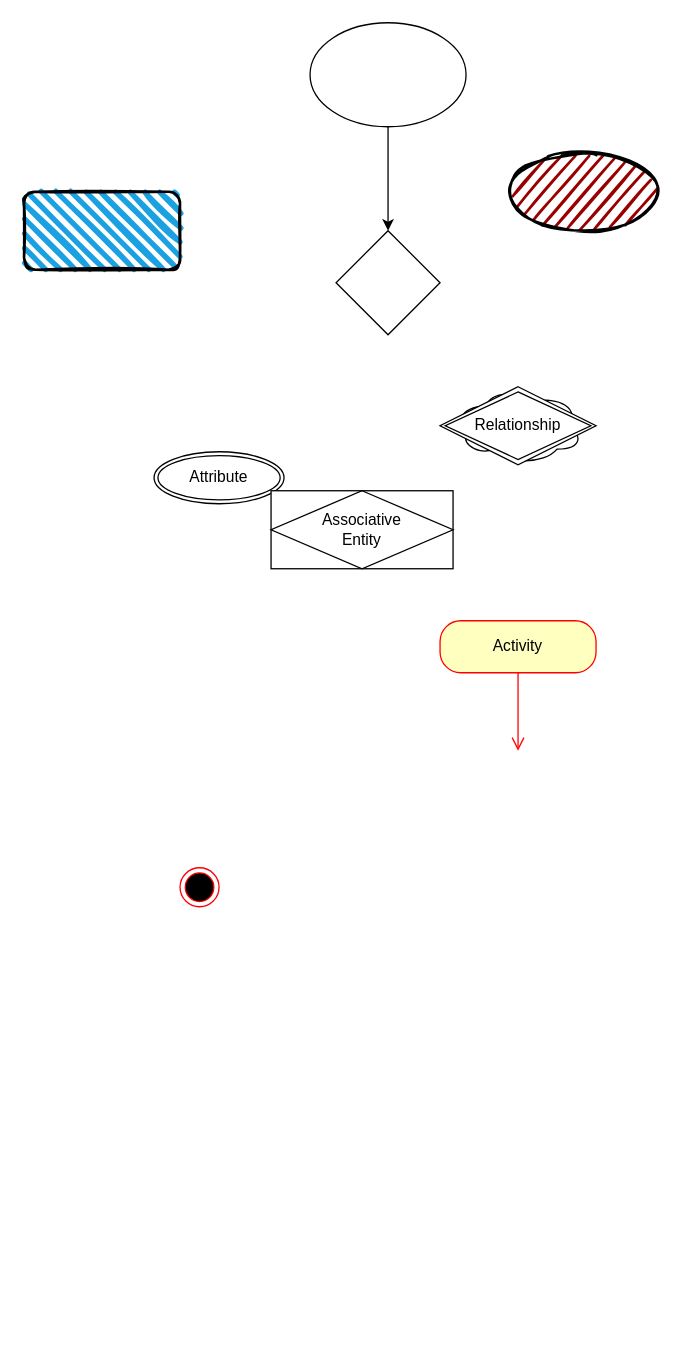
Above: imgs/Untitled Diagram.drawio in MacroBorn/res-public (draw.io), before the change. Source tidied: cells renumbered, new cells numbered last; positions are measured from the earlier drawing's top-left corner, leaving out a move shared by most shapes. Both pictures are drawn from the tidied source at 130%, with x=0, y=0 at pixel (23, 22).
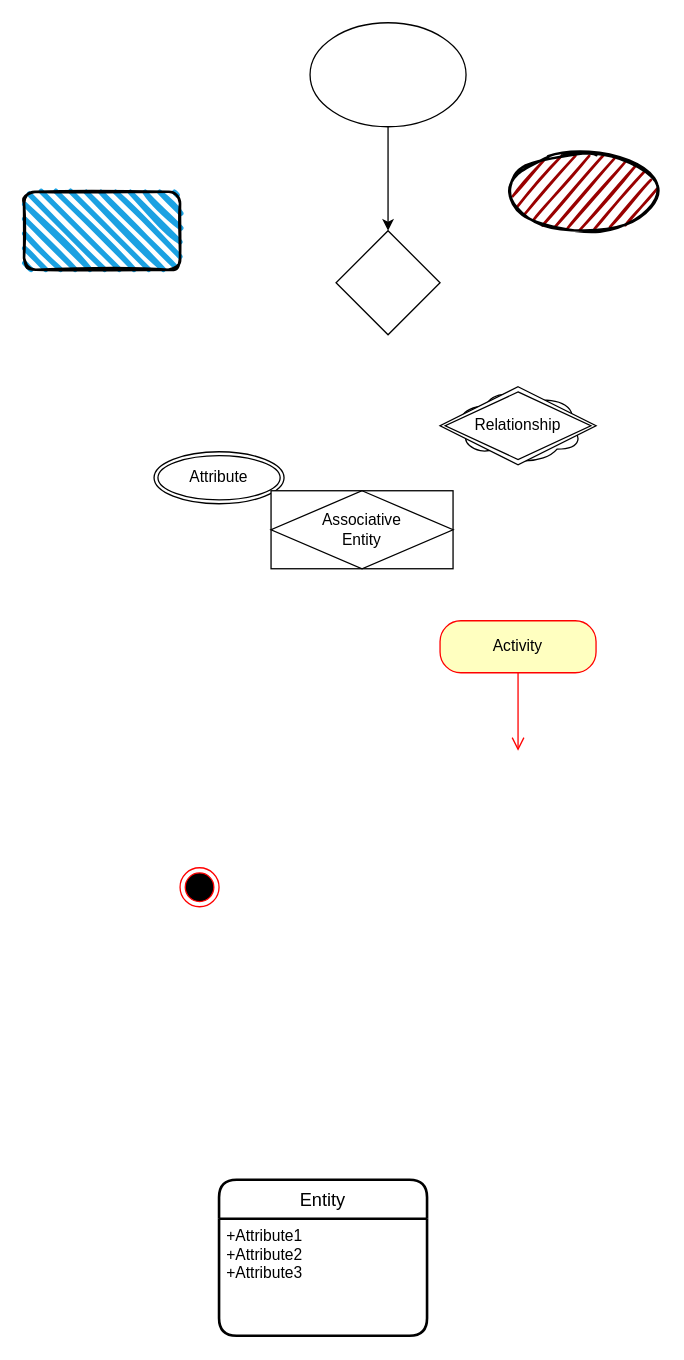
The same page after the edit.

Diff of the diagram source:
```diff
@@
 <mxGraphModel>
   <root>
     <mxCell id="0" />
     <mxCell id="1" parent="0" />
     <mxCell id="2" style="edgeStyle=orthogonalEdgeStyle;rounded=0;jettySize=auto;html=1;" parent="1" edge="1" source="3" target="4">
       <mxGeometry relative="1" as="geometry" />
     </mxCell>
     <mxCell id="3" style="ellipse;whiteSpace=wrap;html=1;" parent="1" vertex="1">
       <mxGeometry x="220" width="120" height="80" as="geometry" />
     </mxCell>
     <mxCell id="4" style="rhombus;whiteSpace=wrap;html=1;" parent="1" vertex="1">
       <mxGeometry x="240" y="160" width="80" height="80" as="geometry" />
     </mxCell>
     <mxCell id="5" value="Attribute" style="ellipse;shape=doubleEllipse;margin=3;whiteSpace=wrap;html=1;align=center;" parent="1" vertex="1">
       <mxGeometry x="100" y="330" width="100" height="40" as="geometry" />
     </mxCell>
     <mxCell id="6" value="Cloud" style="ellipse;shape=cloud;whiteSpace=wrap;html=1;align=center;" parent="1" vertex="1">
       <mxGeometry x="330" y="280" width="100" height="60" as="geometry" />
     </mxCell>
     <mxCell id="7" value="Relationship" style="shape=rhombus;double=1;perimeter=rhombusPerimeter;whiteSpace=wrap;html=1;align=center;" parent="1" vertex="1">
       <mxGeometry x="320" y="280" width="120" height="60" as="geometry" />
     </mxCell>
     <mxCell id="8" value="Associative&#10;Entity" style="shape=associativeEntity;whiteSpace=wrap;html=1;align=center;" parent="1" vertex="1">
       <mxGeometry x="190" y="360" width="140" height="60" as="geometry" />
     </mxCell>
     <mxCell id="9" style="ellipse;whiteSpace=wrap;html=1;strokeWidth=2;fillWeight=2;hachureGap=8;fillColor=#990000;fillStyle=dots;sketch=1;" parent="1" vertex="1">
       <mxGeometry x="370" y="100" width="120" height="60" as="geometry" />
     </mxCell>
     <mxCell id="10" style="rounded=1;whiteSpace=wrap;html=1;strokeWidth=2;fillWeight=4;hachureGap=8;hachureAngle=45;fillColor=#1ba1e2;sketch=1;" parent="1" vertex="1">
       <mxGeometry y="130" width="120" height="60" as="geometry" />
     </mxCell>
     <mxCell id="11" value="Activity" style="rounded=1;whiteSpace=wrap;html=1;arcSize=40;fontColor=#000000;fillColor=#ffffc0;strokeColor=#ff0000;" parent="1" vertex="1">
       <mxGeometry x="320" y="460" width="120" height="40" as="geometry" />
     </mxCell>
     <mxCell id="12" style="edgeStyle=orthogonalEdgeStyle;html=1;verticalAlign=bottom;endArrow=open;endSize=8;strokeColor=#ff0000;rounded=0;" parent="1" edge="1" source="11">
       <mxGeometry relative="1" as="geometry">
         <mxPoint x="380" y="560" as="targetPoint" />
       </mxGeometry>
     </mxCell>
     <mxCell id="13" style="ellipse;html=1;shape=endState;fillColor=#000000;strokeColor=#ff0000;" parent="1" vertex="1">
       <mxGeometry x="120" y="650" width="30" height="30" as="geometry" />
     </mxCell>
+    <mxCell id="14" value="Entity" style="swimlane;horizontal=1;startSize=30;rounded=1;fontSize=14;fontStyle=0;strokeWidth=2;shadow=0;dashed=0;align=center;" parent="1" vertex="1">
+      <mxGeometry x="150" y="890" width="160" height="120" as="geometry" />
+    </mxCell>
+    <mxCell id="15" value="+Attribute1&#10;+Attribute2&#10;+Attribute3" style="align=left;strokeColor=none;fillColor=none;spacingLeft=4;fontSize=12;verticalAlign=top;" parent="14" vertex="1">
+      <mxGeometry y="30" width="160" height="90" as="geometry" />
+    </mxCell>
   </root>
 </mxGraphModel>
```
